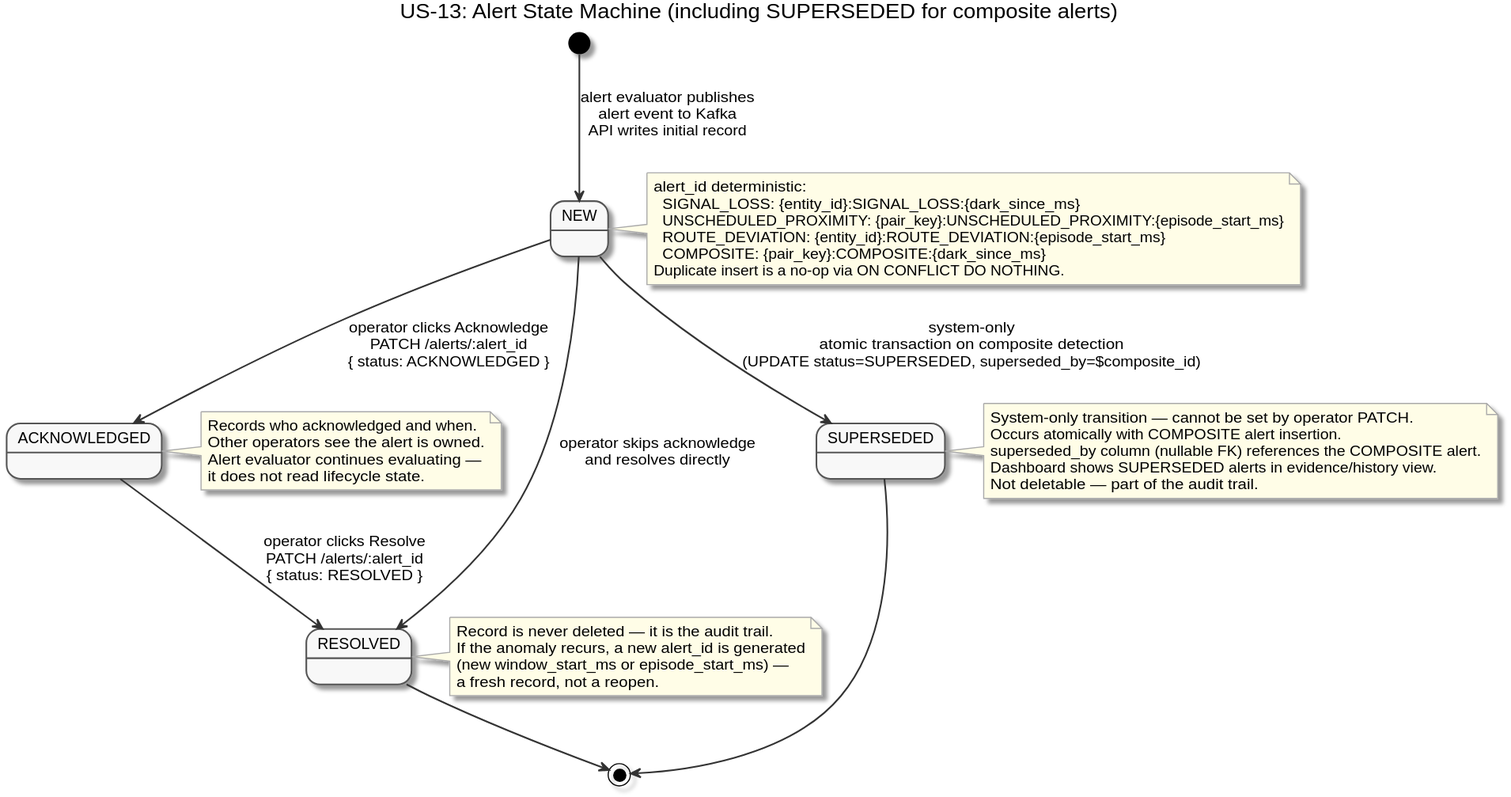
The PlantUML diagram diagrams/docs/use-cases/US-13-alert-lifecycle/state-transitions.svg in Buffden/sentinel, before a commit.
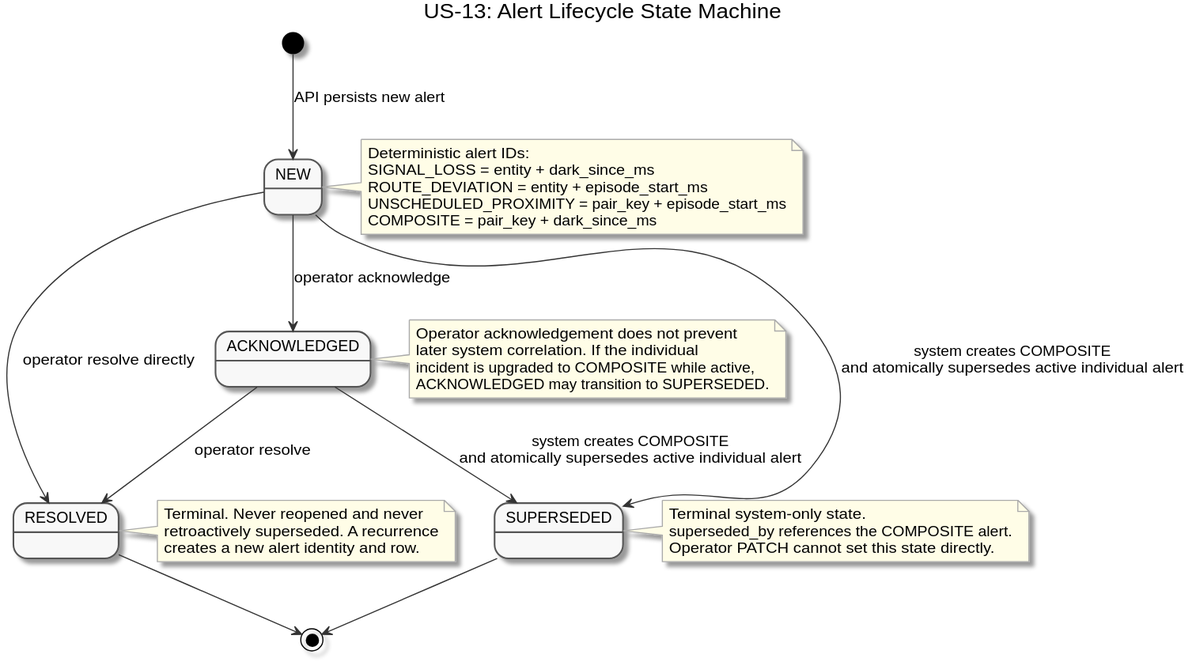
Later version of the same file.

Diff of the diagram source:
```diff
@@ -1,58 +1,49 @@
 @startuml state-transitions
-title US-13: Alert State Machine (including SUPERSEDED for composite alerts)
+title US-13: Alert Lifecycle State Machine
 
-skinparam sequenceArrowThickness 1.5
-skinparam participantBorderColor #555555
-skinparam participantBackgroundColor #F8F8F8
-skinparam noteBorderColor #AAAAAA
-skinparam noteBackgroundColor #FFFDE7
 skinparam stateBorderColor #555555
 skinparam stateBackgroundColor #F8F8F8
 skinparam stateArrowColor #333333
+skinparam noteBorderColor #AAAAAA
+skinparam noteBackgroundColor #FFFDE7
 
-[*] --> NEW : alert evaluator publishes\nalert event to Kafka\nAPI writes initial record
+[*] --> NEW : API persists new alert
 
-NEW --> ACKNOWLEDGED : operator clicks Acknowledge\nPATCH /alerts/:alert_id\n{ status: ACKNOWLEDGED }
+NEW --> ACKNOWLEDGED : operator acknowledge
+NEW --> RESOLVED : operator resolve directly
+ACKNOWLEDGED --> RESOLVED : operator resolve
 
-ACKNOWLEDGED --> RESOLVED : operator clicks Resolve\nPATCH /alerts/:alert_id\n{ status: RESOLVED }
+NEW --> SUPERSEDED : system creates COMPOSITE\nand atomically supersedes active individual alert
+ACKNOWLEDGED --> SUPERSEDED : system creates COMPOSITE\nand atomically supersedes active individual alert
 
-NEW --> RESOLVED : operator skips acknowledge\nand resolves directly
-
-NEW --> SUPERSEDED : system-only\natomic transaction on composite detection\n(UPDATE status=SUPERSEDED, superseded_by=$composite_id)
-
+RESOLVED --> [*]
 SUPERSEDED --> [*]
 
-RESOLVED --> [*]
-
 note right of NEW
-  alert_id deterministic:
-    SIGNAL_LOSS: {entity_id}:SIGNAL_LOSS:{dark_since_ms}
-    UNSCHEDULED_PROXIMITY: {pair_key}:UNSCHEDULED_PROXIMITY:{episode_start_ms}
-    ROUTE_DEVIATION: {entity_id}:ROUTE_DEVIATION:{episode_start_ms}
-    COMPOSITE: {pair_key}:COMPOSITE:{dark_since_ms}
-  Duplicate insert is a no-op via ON CONFLICT DO NOTHING.
+  Deterministic alert IDs:
+  SIGNAL_LOSS = entity + dark_since_ms
+  ROUTE_DEVIATION = entity + episode_start_ms
+  UNSCHEDULED_PROXIMITY = pair_key + episode_start_ms
+  COMPOSITE = pair_key + dark_since_ms
 end note
 
 note right of ACKNOWLEDGED
-  Records who acknowledged and when.
-  Other operators see the alert is owned.
-  Alert evaluator continues evaluating —
-  it does not read lifecycle state.
+  Operator acknowledgement does not prevent
+  later system correlation. If the individual
+  incident is upgraded to COMPOSITE while active,
+  ACKNOWLEDGED may transition to SUPERSEDED.
+end note
+
+note right of RESOLVED
+  Terminal. Never reopened and never
+  retroactively superseded. A recurrence
+  creates a new alert identity and row.
 end note
 
 note right of SUPERSEDED
-  System-only transition — cannot be set by operator PATCH.
-  Occurs atomically with COMPOSITE alert insertion.
-  superseded_by column (nullable FK) references the COMPOSITE alert.
-  Dashboard shows SUPERSEDED alerts in evidence/history view.
-  Not deletable — part of the audit trail.
-end note
-
-note right of RESOLVED
-  Record is never deleted — it is the audit trail.
-  If the anomaly recurs, a new alert_id is generated
-  (new window_start_ms or episode_start_ms) —
-  a fresh record, not a reopen.
+  Terminal system-only state.
+  superseded_by references the COMPOSITE alert.
+  Operator PATCH cannot set this state directly.
 end note
 
 @enduml
```
